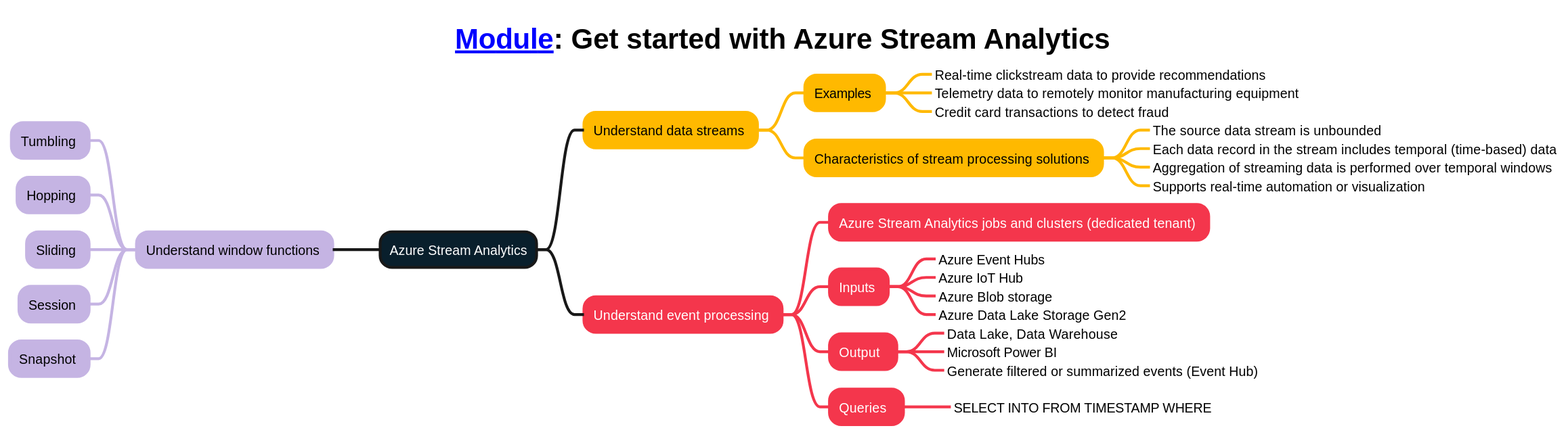
This is mindmaps/17-Get started with Azure Stream Analytics.svg from weslbo/dp-203, a PlantUML export, as it was before one commit. Its diagram source:
```plantuml
@startmindmap
<style>
title {
        FontSize 30
        FontColor #000000
    }
mindmapDiagram {
    :depth(0) {
        BackgroundColor #091f2c
        FontColor #ffffff
        LineThickness 3.0
    }
    .topic1 {
        BackgroundColor #ffb900
        LineColor #ffb900
        LineThickness 3.0
        FontColor #000000
    }
    .topic2 {
        BackgroundColor #f4364c
        LineColor #f4364c
        LineThickness 3.0
        FontColor #ffffff
    }
    .topic3 {
        BackgroundColor #c5b4e3
        LineColor #c5b4e3
        LineThickness 3.0
        FontColor #000000
    }
    .topic4 {
        BackgroundColor #e1d3c7
        LineColor #e1d3c7
        LineThickness 3.0
        FontColor #000000
    }
    .topic5 {
        BackgroundColor #07641d
        LineColor #07641d
        LineThickness 3.0
        FontColor #ffffff
    }
}
</style>
title [[https://learn.microsoft.com/training/modules/introduction-to-data-streaming/ Module]]: Get started with Azure Stream Analytics
+ Azure Stream Analytics
++ Understand data streams <<topic1>>
+++ Examples <<topic1>>
++++_ Real-time clickstream data to provide recommendations
++++_ Telemetry data to remotely monitor manufacturing equipment
++++_ Credit card transactions to detect fraud
+++ Characteristics of stream processing solutions <<topic1>>
++++_ The source data stream is unbounded
++++_ Each data record in the stream includes temporal (time-based) data
++++_ Aggregation of streaming data is performed over temporal windows
++++_ Supports real-time automation or visualization
++ Understand event processing <<topic2>>
+++ Azure Stream Analytics jobs and clusters (dedicated tenant) <<topic2>>
+++ Inputs <<topic2>>
++++_ Azure Event Hubs
++++_ Azure IoT Hub
++++_ Azure Blob storage
++++_ Azure Data Lake Storage Gen2
+++ Output  <<topic2>>
++++_ Data Lake, Data Warehouse
++++_ Microsoft Power BI
++++_ Generate filtered or summarized events (Event Hub)
+++ Queries  <<topic2>>
++++_ SELECT INTO FROM TIMESTAMP WHERE
-- Understand window functions <<topic3>>
--- Tumbling <<topic3>>
--- Hopping <<topic3>>
--- Sliding <<topic3>>
--- Session <<topic3>>
--- Snapshot <<topic3>>
@endmindmap
```
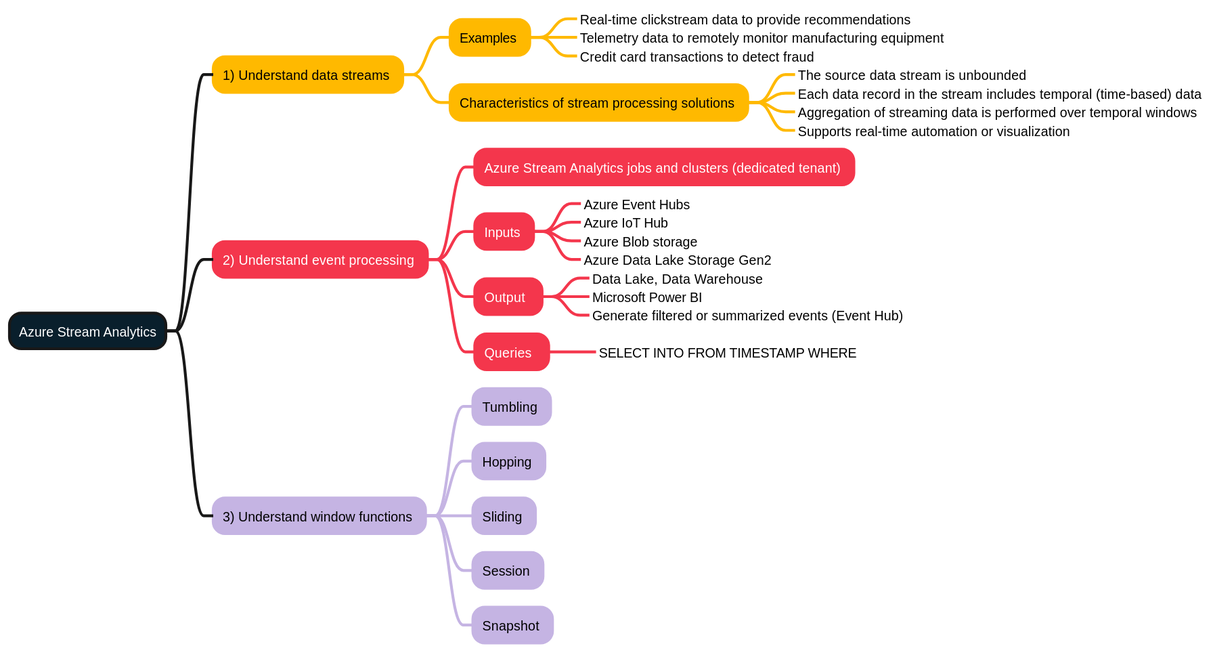
Later version of the same file.

Diff of the diagram source:
```diff
@@ -1,50 +1,43 @@
 @startmindmap
 <style>
-title {
-        FontSize 30
-        FontColor #000000
-    }
-mindmapDiagram {
-    :depth(0) {
-        BackgroundColor #091f2c
-        FontColor #ffffff
-        LineThickness 3.0
-    }
-    .topic1 {
-        BackgroundColor #ffb900
-        LineColor #ffb900
-        LineThickness 3.0
-        FontColor #000000
-    }
-    .topic2 {
-        BackgroundColor #f4364c
-        LineColor #f4364c
-        LineThickness 3.0
-        FontColor #ffffff
-    }
-    .topic3 {
-        BackgroundColor #c5b4e3
-        LineColor #c5b4e3
-        LineThickness 3.0
-        FontColor #000000
-    }
-    .topic4 {
-        BackgroundColor #e1d3c7
-        LineColor #e1d3c7
-        LineThickness 3.0
-        FontColor #000000
-    }
-    .topic5 {
-        BackgroundColor #07641d
-        LineColor #07641d
-        LineThickness 3.0
-        FontColor #ffffff
-    }
+:depth(0) {
+    BackgroundColor #091f2c
+    FontColor #ffffff
+    LineThickness 3.0
+}
+.topic1 {
+    BackgroundColor #ffb900
+    LineColor #ffb900
+    LineThickness 3.0
+    FontColor #000000
+}
+.topic2 {
+    BackgroundColor #f4364c
+    LineColor #f4364c
+    LineThickness 3.0
+    FontColor #ffffff
+}
+.topic3 {
+    BackgroundColor #c5b4e3
+    LineColor #c5b4e3
+    LineThickness 3.0
+    FontColor #000000
+}
+.topic4 {
+    BackgroundColor #e1d3c7
+    LineColor #e1d3c7
+    LineThickness 3.0
+    FontColor #000000
+}
+.topic5 {
+    BackgroundColor #07641d
+    LineColor #07641d
+    LineThickness 3.0
+    FontColor #ffffff
 }
 </style>
-title [[https://learn.microsoft.com/training/modules/introduction-to-data-streaming/ Module]]: Get started with Azure Stream Analytics
 + Azure Stream Analytics
-++ Understand data streams <<topic1>>
+++ 1) Understand data streams <<topic1>>
 +++ Examples <<topic1>>
 ++++_ Real-time clickstream data to provide recommendations
 ++++_ Telemetry data to remotely monitor manufacturing equipment
@@ -54,7 +47,7 @@
 ++++_ Each data record in the stream includes temporal (time-based) data
 ++++_ Aggregation of streaming data is performed over temporal windows
 ++++_ Supports real-time automation or visualization
-++ Understand event processing <<topic2>>
+++ 2) Understand event processing <<topic2>>
 +++ Azure Stream Analytics jobs and clusters (dedicated tenant) <<topic2>>
 +++ Inputs <<topic2>>
 ++++_ Azure Event Hubs
@@ -67,10 +60,10 @@
 ++++_ Generate filtered or summarized events (Event Hub)
 +++ Queries  <<topic2>>
 ++++_ SELECT INTO FROM TIMESTAMP WHERE
--- Understand window functions <<topic3>>
---- Tumbling <<topic3>>
---- Hopping <<topic3>>
---- Sliding <<topic3>>
---- Session <<topic3>>
---- Snapshot <<topic3>>
+++ 3) Understand window functions <<topic3>>
++++ Tumbling <<topic3>>
++++ Hopping <<topic3>>
++++ Sliding <<topic3>>
++++ Session <<topic3>>
++++ Snapshot <<topic3>>
 @endmindmap
```
